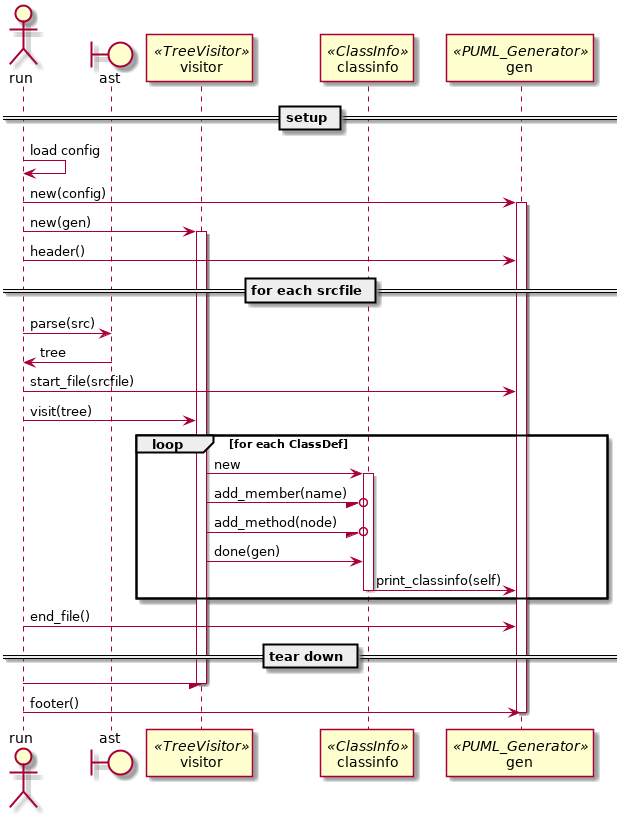
Above: py2puml/docs/seq.png in deadbok/py-puml-tools (PlantUML), before the change. Source of this version:
```plantuml
@startuml
actor run
boundary ast
participant visitor <<TreeVisitor>>
participant classinfo <<ClassInfo>>
participant gen <<PUML_Generator>>

== setup ==
run -> run : load config
run -> gen : new(config)
activate gen
run -> visitor : new(gen)
activate visitor
run -> gen : header()

== for each srcfile ==
run -> ast : parse(src)
run <- ast : tree
run -> gen : start_file(srcfile)
run -> visitor : visit(tree)
loop for each ClassDef
visitor -> classinfo : new
activate classinfo
visitor -/o classinfo : add_member(name)
visitor -/o classinfo : add_method(node)
visitor -> classinfo : done(gen)
classinfo -> gen : print_classinfo(self)
deactivate classinfo
end
run -> gen : end_file()

== tear down ==
run -/ visitor
deactivate visitor
run -> gen : footer()
deactivate gen
@enduml
```
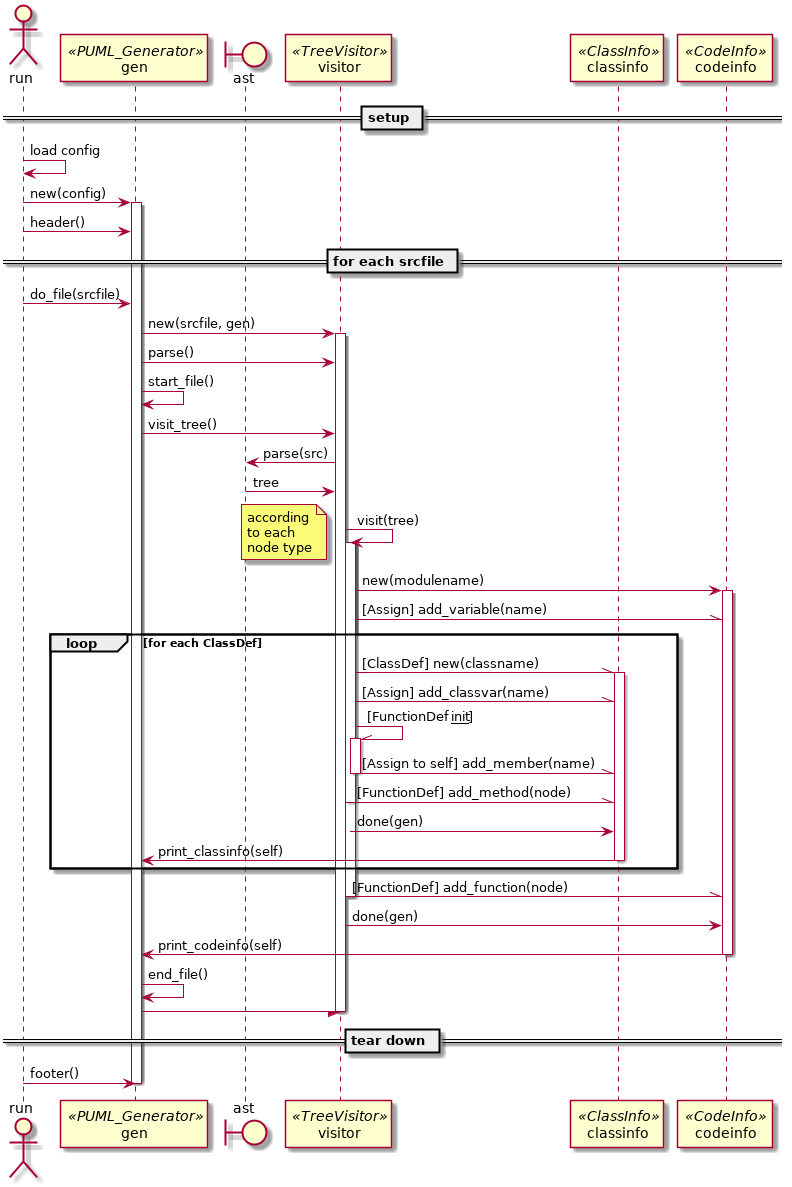
The same file after the commit.

Commit message:
updated actual sequence diagram

Change to the diagram source:
```diff
@@ -1,37 +1,61 @@
 @startuml
 actor run
+participant gen <<PUML_Generator>>
 boundary ast
 participant visitor <<TreeVisitor>>
 participant classinfo <<ClassInfo>>
-participant gen <<PUML_Generator>>
+participant codeinfo <<CodeInfo>>
 
 == setup ==
 run -> run : load config
 run -> gen : new(config)
 activate gen
-run -> visitor : new(gen)
-activate visitor
 run -> gen : header()
 
 == for each srcfile ==
-run -> ast : parse(src)
-run <- ast : tree
-run -> gen : start_file(srcfile)
-run -> visitor : visit(tree)
+run -> gen : do_file(srcfile)
+gen -> visitor : new(srcfile, gen)
+activate visitor
+gen -> visitor : parse()
+gen -> gen : start_file()
+gen -> visitor : visit_tree()
+visitor -> ast : parse(src)
+visitor <- ast : tree
+visitor -> visitor : visit(tree)
+activate visitor
+note left
+     according
+     to each
+     node type
+end note
+activate visitor
+visitor -> codeinfo : new(modulename)
+activate codeinfo
+visitor -\\ codeinfo : [Assign] add_variable(name)
 loop for each ClassDef
-visitor -> classinfo : new
+visitor -\\ classinfo : [ClassDef] new(classname)
 activate classinfo
-visitor -/o classinfo : add_member(name)
-visitor -/o classinfo : add_method(node)
+visitor -\\ classinfo : [Assign] add_classvar(name)
+visitor -\\ visitor : [FunctionDef __init__]
+activate visitor
+visitor -\\ classinfo : [Assign to self] add_member(name)
+deactivate visitor
+visitor -\\ classinfo : [FunctionDef] add_method(node)
+deactivate visitor
 visitor -> classinfo : done(gen)
 classinfo -> gen : print_classinfo(self)
 deactivate classinfo
 end
-run -> gen : end_file()
+visitor -\\ codeinfo : [FunctionDef] add_function(node)
+deactivate visitor
+visitor -> codeinfo : done(gen)
+codeinfo -> gen : print_codeinfo(self)
+deactivate codeinfo
+gen -> gen : end_file()
+gen -/ visitor
+deactivate visitor
 
 == tear down ==
-run -/ visitor
-deactivate visitor
 run -> gen : footer()
 deactivate gen
 @enduml
```
